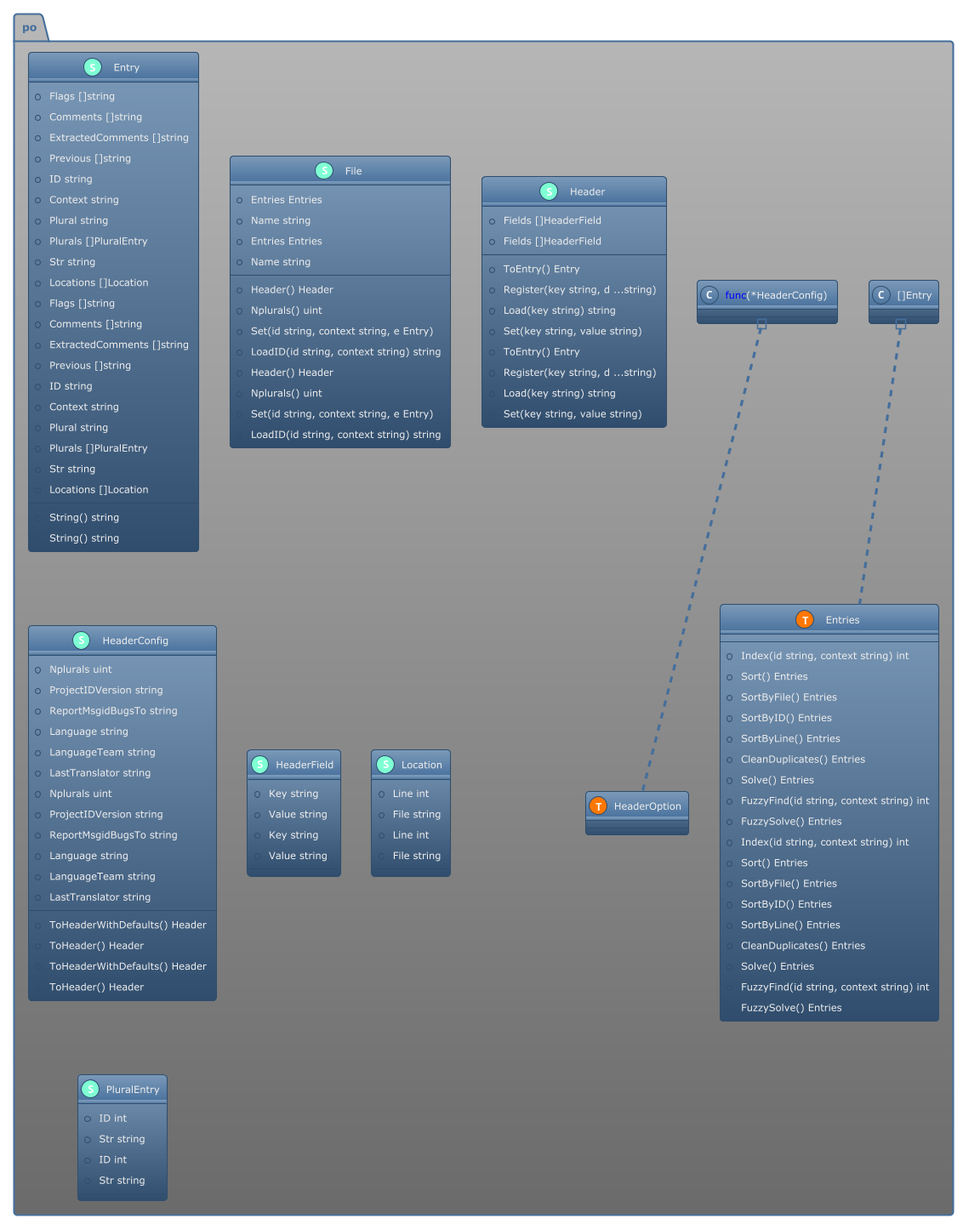
Tom5521/gotext-tools keeps this PlantUML diagram as pkg/po/structure.png. Above is the earlier version.
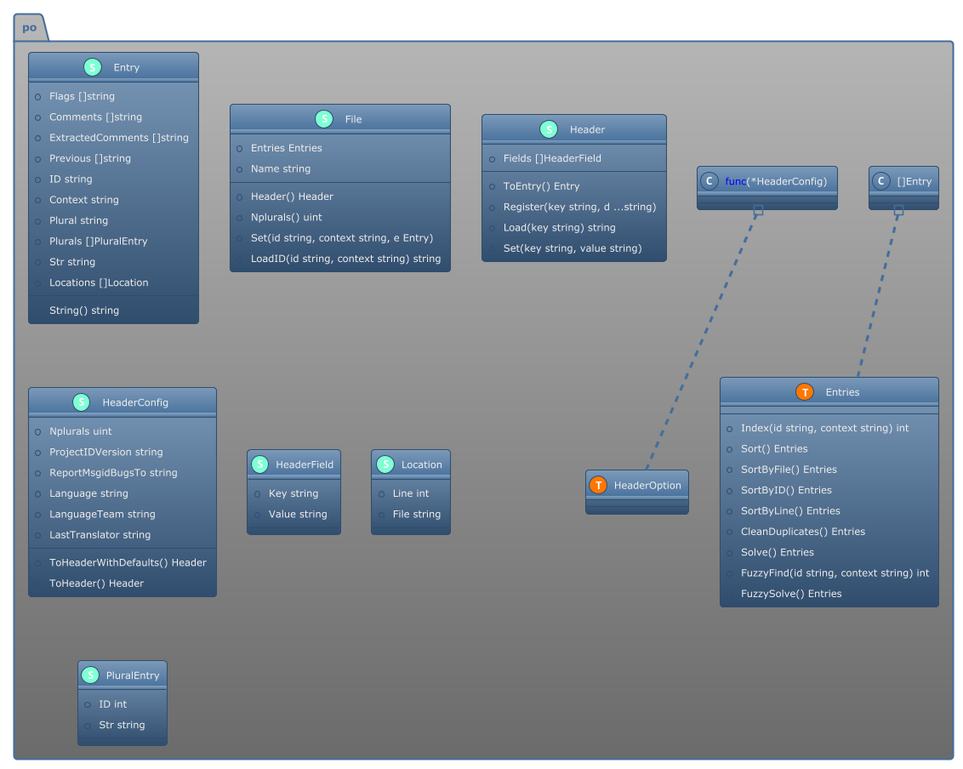
Above is the later version.

The edit, as a diff of the source:
```diff
@@ -2,15 +2,6 @@
 !theme spacelab
 namespace po {
     class Entries << (S,Aquamarine) >> {
-        + Index(id string, context string) int
-        + Sort() Entries
-        + SortByFile() Entries
-        + SortByID() Entries
-        + SortByLine() Entries
-        + CleanDuplicates() Entries
-        + Solve() Entries
-        + FuzzyFind(id string, context string) int
-        + FuzzySolve() Entries
         + Index(id string, context string) int
         + Sort() Entries
         + SortByFile() Entries
@@ -33,31 +24,14 @@
         + Plurals []PluralEntry
         + Str string
         + Locations []Location
-        + Flags []string
-        + Comments []string
-        + ExtractedComments []string
-        + Previous []string
-        + ID string
-        + Context string
-        + Plural string
-        + Plurals []PluralEntry
-        + Str string
-        + Locations []Location
 
-        + String() string
         + String() string
 
     }
     class File << (S,Aquamarine) >> {
         + Entries Entries
         + Name string
-        + Entries Entries
-        + Name string
 
-        + Header() Header
-        + Nplurals() uint
-        + Set(id string, context string, e Entry)
-        + LoadID(id string, context string) string
         + Header() Header
         + Nplurals() uint
         + Set(id string, context string, e Entry)
@@ -66,12 +40,7 @@
     }
     class Header << (S,Aquamarine) >> {
         + Fields []HeaderField
-        + Fields []HeaderField
 
-        + ToEntry() Entry
-        + Register(key string, d ...string)
-        + Load(key string) string
-        + Set(key string, value string)
         + ToEntry() Entry
         + Register(key string, d ...string)
         + Load(key string) string
@@ -85,15 +54,7 @@
         + Language string
         + LanguageTeam string
         + LastTranslator string
-        + Nplurals uint
-        + ProjectIDVersion string
-        + ReportMsgidBugsTo string
-        + Language string
-        + LanguageTeam string
-        + LastTranslator string
 
-        + ToHeaderWithDefaults() Header
-        + ToHeader() Header
         + ToHeaderWithDefaults() Header
         + ToHeader() Header
 
@@ -101,20 +62,14 @@
     class HeaderField << (S,Aquamarine) >> {
         + Key string
         + Value string
-        + Key string
-        + Value string
 
     }
     class Location << (S,Aquamarine) >> {
         + Line int
         + File string
-        + Line int
-        + File string
 
     }
     class PluralEntry << (S,Aquamarine) >> {
-        + ID int
-        + Str string
         + ID int
         + Str string
 
```
